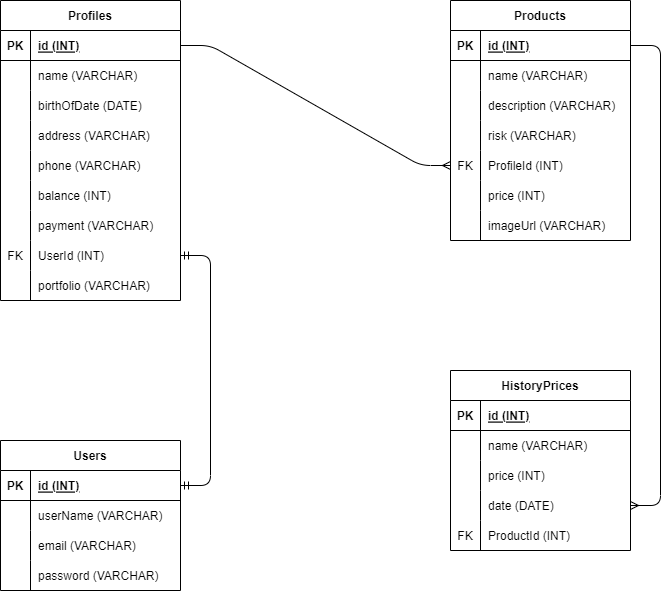
raihanfirdaus63/pair-project keeps this draw.io diagram as hacktiv-finance/erd.drawio.png. Above is the earlier version. Source tidied: cells renumbered, new cells last; positions are measured from the earlier drawing's top-left corner, leaving out a move shared by most shapes.
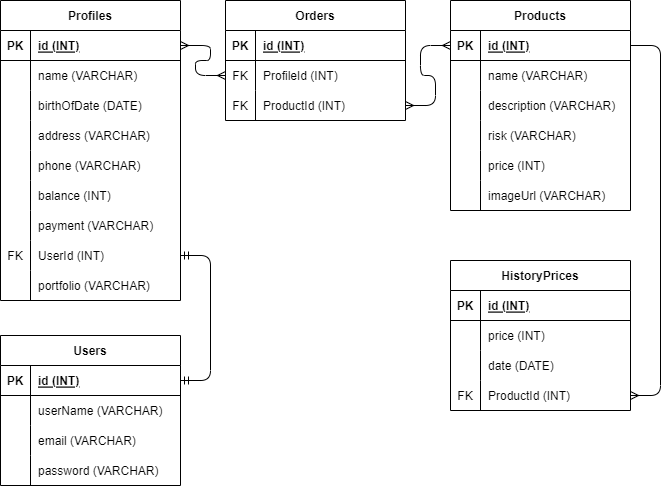
The same diagram one commit later.

The edit, as a diff of the source:
```diff
@@ -3,7 +3,7 @@
     <mxCell id="0" />
     <mxCell id="1" parent="0" />
     <mxCell id="2" value="Users" style="shape=table;startSize=30;rowLines=0;fontStyle=1;align=center;" parent="1" vertex="1">
-      <mxGeometry y="440" width="180" height="150" as="geometry" />
+      <mxGeometry y="335" width="180" height="150" as="geometry" />
     </mxCell>
     <mxCell id="3" style="shape=tableRow;horizontal=0;startSize=0;swimlaneHead=0;swimlaneBody=0;fillColor=none;points=[[0,0.5],[1,0.5]];portConstraint=eastwest;top=0;left=0;right=0;bottom=1;" parent="2" vertex="1">
       <mxGeometry y="30" width="180" height="30" as="geometry" />
@@ -42,7 +42,7 @@
       <mxGeometry x="30" width="150" height="30" as="geometry" />
     </mxCell>
     <mxCell id="15" value="Products" style="shape=table;startSize=30;rowLines=0;fontStyle=1;align=center;" parent="1" vertex="1">
-      <mxGeometry x="450" width="180" height="240" as="geometry" />
+      <mxGeometry x="450" width="180" height="210" as="geometry" />
     </mxCell>
     <mxCell id="16" style="shape=tableRow;horizontal=0;startSize=0;swimlaneHead=0;swimlaneBody=0;fillColor=none;points=[[0,0.5],[1,0.5]];portConstraint=eastwest;top=0;left=0;right=0;bottom=1;" parent="15" vertex="1">
       <mxGeometry y="30" width="180" height="30" as="geometry" />
@@ -80,17 +80,8 @@
     <mxCell id="27" value="risk (VARCHAR)" style="shape=partialRectangle;fillColor=none;top=0;left=0;bottom=0;right=0;align=left;spacingLeft=6;overflow=hidden;" parent="25" vertex="1">
       <mxGeometry x="30" width="150" height="30" as="geometry" />
     </mxCell>
-    <mxCell id="28" style="shape=tableRow;horizontal=0;startSize=0;swimlaneHead=0;swimlaneBody=0;fillColor=none;points=[[0,0.5],[1,0.5]];portConstraint=eastwest;top=0;left=0;right=0;bottom=0;" parent="15" vertex="1">
-      <mxGeometry y="150" width="180" height="30" as="geometry" />
-    </mxCell>
-    <mxCell id="29" value="FK" style="shape=partialRectangle;fillColor=none;top=0;left=0;bottom=0;right=0;overflow=hidden;" parent="28" vertex="1">
-      <mxGeometry width="30" height="30" as="geometry" />
-    </mxCell>
-    <mxCell id="30" value="ProfileId (INT)" style="shape=partialRectangle;fillColor=none;top=0;left=0;bottom=0;right=0;align=left;spacingLeft=6;overflow=hidden;" parent="28" vertex="1">
-      <mxGeometry x="30" width="150" height="30" as="geometry" />
-    </mxCell>
     <mxCell id="31" style="shape=tableRow;horizontal=0;startSize=0;swimlaneHead=0;swimlaneBody=0;fillColor=none;top=0;left=0;right=0;bottom=0;" parent="15" vertex="1">
-      <mxGeometry y="180" width="180" height="30" as="geometry" />
+      <mxGeometry y="150" width="180" height="30" as="geometry" />
     </mxCell>
     <mxCell id="32" style="shape=partialRectangle;fillColor=none;top=0;left=0;bottom=0;right=0;overflow=hidden;" parent="31" vertex="1">
       <mxGeometry width="30" height="30" as="geometry" />
@@ -99,7 +90,7 @@
       <mxGeometry x="30" width="150" height="30" as="geometry" />
     </mxCell>
     <mxCell id="34" style="shape=tableRow;horizontal=0;startSize=0;swimlaneHead=0;swimlaneBody=0;fillColor=none;top=0;left=0;right=0;bottom=0;" parent="15" vertex="1">
-      <mxGeometry y="210" width="180" height="30" as="geometry" />
+      <mxGeometry y="180" width="180" height="30" as="geometry" />
     </mxCell>
     <mxCell id="35" style="shape=partialRectangle;fillColor=none;top=0;left=0;bottom=0;right=0;overflow=hidden;" parent="34" vertex="1">
       <mxGeometry width="30" height="30" as="geometry" />
@@ -107,9 +98,6 @@
     <mxCell id="36" value="imageUrl (VARCHAR)" style="shape=partialRectangle;fillColor=none;top=0;left=0;bottom=0;right=0;align=left;spacingLeft=6;overflow=hidden;" parent="34" vertex="1">
       <mxGeometry x="30" width="150" height="30" as="geometry" />
     </mxCell>
-    <mxCell id="37" style="edgeStyle=entityRelationEdgeStyle;fontSize=12;html=1;endArrow=ERmany;" parent="1" edge="1" source="39" target="28">
-      <mxGeometry relative="1" as="geometry" />
-    </mxCell>
     <mxCell id="38" value="Profiles" style="shape=table;startSize=30;rowLines=0;fontStyle=1;align=center;" parent="1" vertex="1">
       <mxGeometry width="180" height="300" as="geometry" />
     </mxCell>
@@ -198,7 +186,7 @@
       <mxGeometry relative="1" as="geometry" />
     </mxCell>
     <mxCell id="67" value="HistoryPrices" style="shape=table;startSize=30;rowLines=0;fontStyle=1;align=center;" parent="1" vertex="1">
-      <mxGeometry x="450" y="370" width="180" height="180" as="geometry" />
+      <mxGeometry x="450" y="260" width="180" height="150" as="geometry" />
     </mxCell>
     <mxCell id="68" style="shape=tableRow;horizontal=0;startSize=0;swimlaneHead=0;swimlaneBody=0;fillColor=none;top=0;left=0;right=0;bottom=1;" parent="67" vertex="1">
       <mxGeometry y="30" width="180" height="30" as="geometry" />
@@ -209,17 +197,8 @@
     <mxCell id="70" value="id (INT)" style="shape=partialRectangle;fillColor=none;top=0;left=0;bottom=0;right=0;align=left;spacingLeft=6;fontStyle=5;overflow=hidden;" parent="68" vertex="1">
       <mxGeometry x="30" width="150" height="30" as="geometry" />
     </mxCell>
-    <mxCell id="71" style="shape=tableRow;horizontal=0;startSize=0;swimlaneHead=0;swimlaneBody=0;fillColor=none;points=[[0,0.5],[1,0.5]];portConstraint=eastwest;top=0;left=0;right=0;bottom=0;" parent="67" vertex="1">
-      <mxGeometry y="60" width="180" height="30" as="geometry" />
-    </mxCell>
-    <mxCell id="72" style="shape=partialRectangle;fillColor=none;top=0;left=0;bottom=0;right=0;overflow=hidden;" parent="71" vertex="1">
-      <mxGeometry width="30" height="30" as="geometry" />
-    </mxCell>
-    <mxCell id="73" value="name (VARCHAR)" style="shape=partialRectangle;fillColor=none;top=0;left=0;bottom=0;right=0;align=left;spacingLeft=6;overflow=hidden;" parent="71" vertex="1">
-      <mxGeometry x="30" width="150" height="30" as="geometry" />
-    </mxCell>
     <mxCell id="74" style="shape=tableRow;horizontal=0;startSize=0;swimlaneHead=0;swimlaneBody=0;fillColor=none;top=0;left=0;right=0;bottom=0;" parent="67" vertex="1">
-      <mxGeometry y="90" width="180" height="30" as="geometry" />
+      <mxGeometry y="60" width="180" height="30" as="geometry" />
     </mxCell>
     <mxCell id="75" style="shape=partialRectangle;fillColor=none;top=0;left=0;bottom=0;right=0;overflow=hidden;" parent="74" vertex="1">
       <mxGeometry width="30" height="30" as="geometry" />
@@ -228,7 +207,7 @@
       <mxGeometry x="30" width="150" height="30" as="geometry" />
     </mxCell>
     <mxCell id="77" style="shape=tableRow;horizontal=0;startSize=0;swimlaneHead=0;swimlaneBody=0;fillColor=none;points=[[0,0.5],[1,0.5]];portConstraint=eastwest;top=0;left=0;right=0;bottom=0;" parent="67" vertex="1">
-      <mxGeometry y="120" width="180" height="30" as="geometry" />
+      <mxGeometry y="90" width="180" height="30" as="geometry" />
     </mxCell>
     <mxCell id="78" style="shape=partialRectangle;fillColor=none;top=0;left=0;bottom=0;right=0;overflow=hidden;" parent="77" vertex="1">
       <mxGeometry width="30" height="30" as="geometry" />
@@ -237,7 +216,7 @@
       <mxGeometry x="30" width="150" height="30" as="geometry" />
     </mxCell>
     <mxCell id="80" style="shape=tableRow;horizontal=0;startSize=0;swimlaneHead=0;swimlaneBody=0;fillColor=none;points=[[0,0.5],[1,0.5]];portConstraint=eastwest;top=0;left=0;right=0;bottom=0;" parent="67" vertex="1">
-      <mxGeometry y="150" width="180" height="30" as="geometry" />
+      <mxGeometry y="120" width="180" height="30" as="geometry" />
     </mxCell>
     <mxCell id="81" value="FK" style="shape=partialRectangle;fillColor=none;top=0;left=0;bottom=0;right=0;overflow=hidden;" parent="80" vertex="1">
       <mxGeometry width="30" height="30" as="geometry" />
@@ -245,8 +224,44 @@
     <mxCell id="82" value="ProductId (INT)" style="shape=partialRectangle;fillColor=none;top=0;left=0;bottom=0;right=0;align=left;spacingLeft=6;overflow=hidden;" parent="80" vertex="1">
       <mxGeometry x="30" width="150" height="30" as="geometry" />
     </mxCell>
-    <mxCell id="83" style="edgeStyle=entityRelationEdgeStyle;fontSize=12;html=1;endArrow=ERmany;" parent="1" edge="1" source="16" target="77">
+    <mxCell id="83" style="edgeStyle=entityRelationEdgeStyle;fontSize=12;html=1;endArrow=ERmany;" parent="1" edge="1" source="16" target="80">
       <mxGeometry relative="1" as="geometry" />
     </mxCell>
+    <mxCell id="84" value="Orders" style="shape=table;startSize=30;rowLines=0;fontStyle=1;align=center;" parent="1" vertex="1">
+      <mxGeometry x="225" width="180" height="120" as="geometry" />
+    </mxCell>
+    <mxCell id="85" style="shape=tableRow;horizontal=0;startSize=0;swimlaneHead=0;swimlaneBody=0;fillColor=none;top=0;left=0;right=0;bottom=1;" parent="84" vertex="1">
+      <mxGeometry y="30" width="180" height="30" as="geometry" />
+    </mxCell>
+    <mxCell id="86" value="PK" style="shape=partialRectangle;fillColor=none;top=0;left=0;bottom=0;right=0;fontStyle=1;overflow=hidden;" parent="85" vertex="1">
+      <mxGeometry width="30" height="30" as="geometry" />
+    </mxCell>
+    <mxCell id="87" value="id (INT)" style="shape=partialRectangle;fillColor=none;top=0;left=0;bottom=0;right=0;align=left;spacingLeft=6;fontStyle=5;overflow=hidden;" parent="85" vertex="1">
+      <mxGeometry x="30" width="150" height="30" as="geometry" />
+    </mxCell>
+    <mxCell id="71" style="shape=tableRow;horizontal=0;startSize=0;swimlaneHead=0;swimlaneBody=0;fillColor=none;points=[[0,0.5],[1,0.5]];portConstraint=eastwest;top=0;left=0;right=0;bottom=0;" parent="84" vertex="1">
+      <mxGeometry y="60" width="180" height="30" as="geometry" />
+    </mxCell>
+    <mxCell id="88" value="FK" style="shape=partialRectangle;fillColor=none;top=0;left=0;bottom=0;right=0;overflow=hidden;" parent="71" vertex="1">
+      <mxGeometry width="30" height="30" as="geometry" />
+    </mxCell>
+    <mxCell id="30" value="ProfileId (INT)" style="shape=partialRectangle;fillColor=none;top=0;left=0;bottom=0;right=0;align=left;spacingLeft=6;overflow=hidden;" parent="71" vertex="1">
+      <mxGeometry x="30" width="150" height="30" as="geometry" />
+    </mxCell>
+    <mxCell id="89" style="shape=tableRow;horizontal=0;startSize=0;swimlaneHead=0;swimlaneBody=0;fillColor=none;points=[[0,0.5],[1,0.5]];portConstraint=eastwest;top=0;left=0;right=0;bottom=0;" parent="84" vertex="1">
+      <mxGeometry y="90" width="180" height="30" as="geometry" />
+    </mxCell>
+    <mxCell id="90" value="FK" style="shape=partialRectangle;fillColor=none;top=0;left=0;bottom=0;right=0;overflow=hidden;" parent="89" vertex="1">
+      <mxGeometry width="30" height="30" as="geometry" />
+    </mxCell>
+    <mxCell id="91" value="ProductId (INT)" style="shape=partialRectangle;fillColor=none;top=0;left=0;bottom=0;right=0;align=left;spacingLeft=6;overflow=hidden;" parent="89" vertex="1">
+      <mxGeometry x="30" width="150" height="30" as="geometry" />
+    </mxCell>
+    <mxCell id="92" style="edgeStyle=entityRelationEdgeStyle;fontSize=12;html=1;endArrow=ERmany;startArrow=ERmany;" parent="1" edge="1" source="89" target="16">
+      <mxGeometry relative="1" as="geometry" />
+    </mxCell>
+    <mxCell id="93" style="edgeStyle=entityRelationEdgeStyle;fontSize=12;html=1;endArrow=ERmany;startArrow=ERmany;" parent="1" edge="1" source="71" target="39">
+      <mxGeometry relative="1" as="geometry" />
+    </mxCell>
   </root>
 </mxGraphModel>
```
